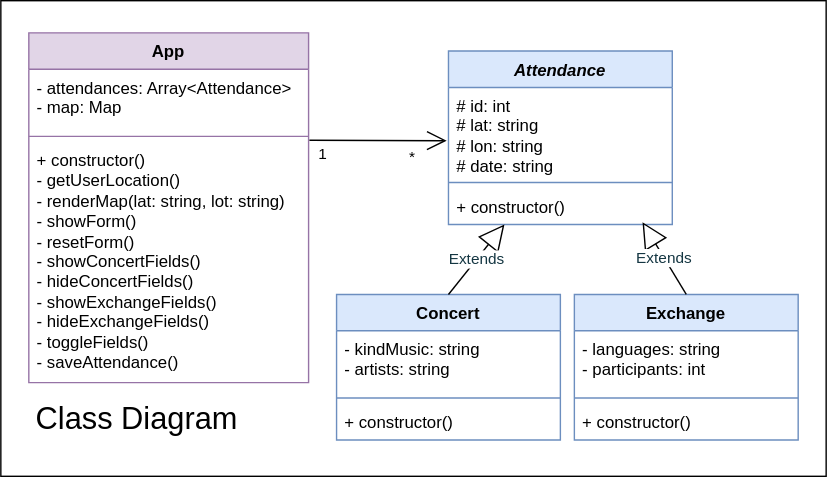
Before: class-diagram.drawio.svg, a diagram exported from draw.io (josenavarrohub/vanilla-js-eventify). Source tidied: cells renumbered, new cells last; positions are measured from the earlier drawing's top-left corner, leaving out a move shared by most shapes.
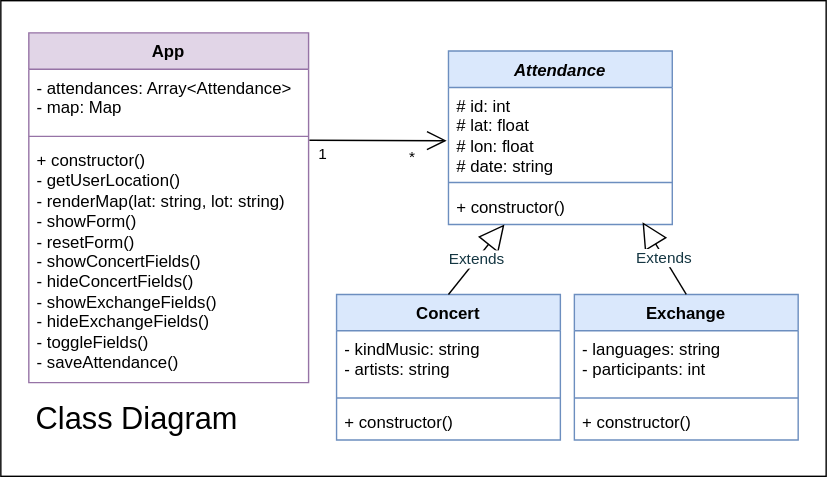
The same diagram one commit later.

What changed in the source:
```diff
@@ -11,7 +11,7 @@
     <mxCell id="4" value="&lt;i&gt;Attendance&lt;/i&gt;" style="swimlane;fontStyle=1;align=center;verticalAlign=top;horizontal=1;startSize=26;whiteSpace=wrap;html=1;swimlaneLine=1;fillColor=#dae8fc;strokeColor=#6c8ebf;" parent="1" vertex="1">
       <mxGeometry x="320" y="36" width="160" height="124" as="geometry" />
     </mxCell>
-    <mxCell id="5" value="&lt;span id=&quot;docs-internal-guid-5c088fe4-7fff-a9e7-d3c3-fa63c1cc96f2&quot;&gt;&lt;/span&gt;&lt;span id=&quot;docs-internal-guid-5c088fe4-7fff-a9e7-d3c3-fa63c1cc96f2&quot;&gt;&lt;/span&gt;# id: int&lt;br&gt;# lat: string&lt;br&gt;# lon: string&lt;br&gt;# date: string" style="text;strokeColor=none;fillColor=none;align=left;verticalAlign=top;spacingLeft=4;spacingRight=4;overflow=hidden;points=[[0,0.5],[1,0.5]];portConstraint=eastwest;whiteSpace=wrap;html=1;" parent="4" vertex="1">
+    <mxCell id="5" value="&lt;span id=&quot;docs-internal-guid-5c088fe4-7fff-a9e7-d3c3-fa63c1cc96f2&quot;&gt;&lt;/span&gt;&lt;span id=&quot;docs-internal-guid-5c088fe4-7fff-a9e7-d3c3-fa63c1cc96f2&quot;&gt;&lt;/span&gt;# id: int&lt;br&gt;# lat: float&lt;br&gt;# lon: float&lt;br&gt;# date: string" style="text;strokeColor=none;fillColor=none;align=left;verticalAlign=top;spacingLeft=4;spacingRight=4;overflow=hidden;points=[[0,0.5],[1,0.5]];portConstraint=eastwest;whiteSpace=wrap;html=1;" parent="4" vertex="1">
       <mxGeometry y="26" width="160" height="64" as="geometry" />
     </mxCell>
     <mxCell id="6" style="line;strokeWidth=1;fillColor=none;align=left;verticalAlign=middle;spacingTop=-1;spacingLeft=3;spacingRight=3;labelPosition=right;strokeColor=inherit;" parent="4" vertex="1">
```
